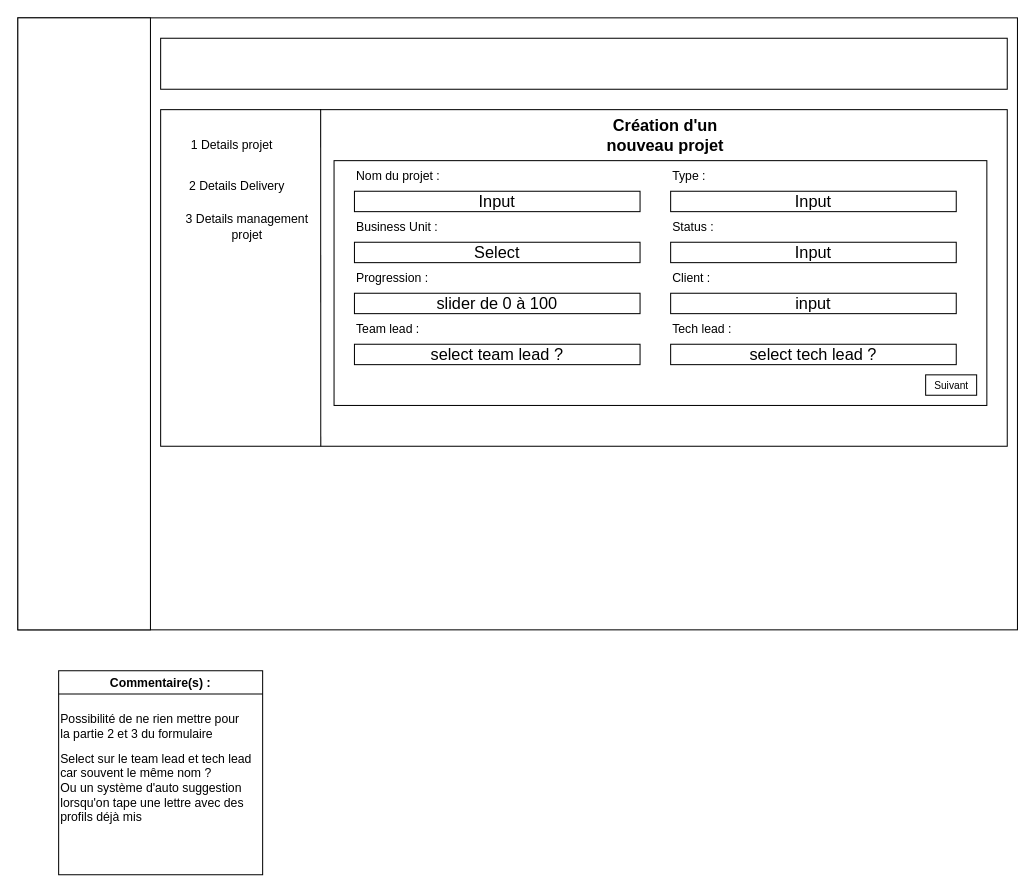
Xurama/Test keeps this draw.io diagram as page "Ajout projet form" (1 of 11) of Untitled Diagram.drawio. Above is the earlier version. Source tidied: cells renumbered, new cells numbered last; positions are measured from the earlier drawing's top-left corner, leaving out a move shared by most shapes. Both pictures are drawn from the tidied source at 102%, with x=0, y=0 at pixel (17, 17).
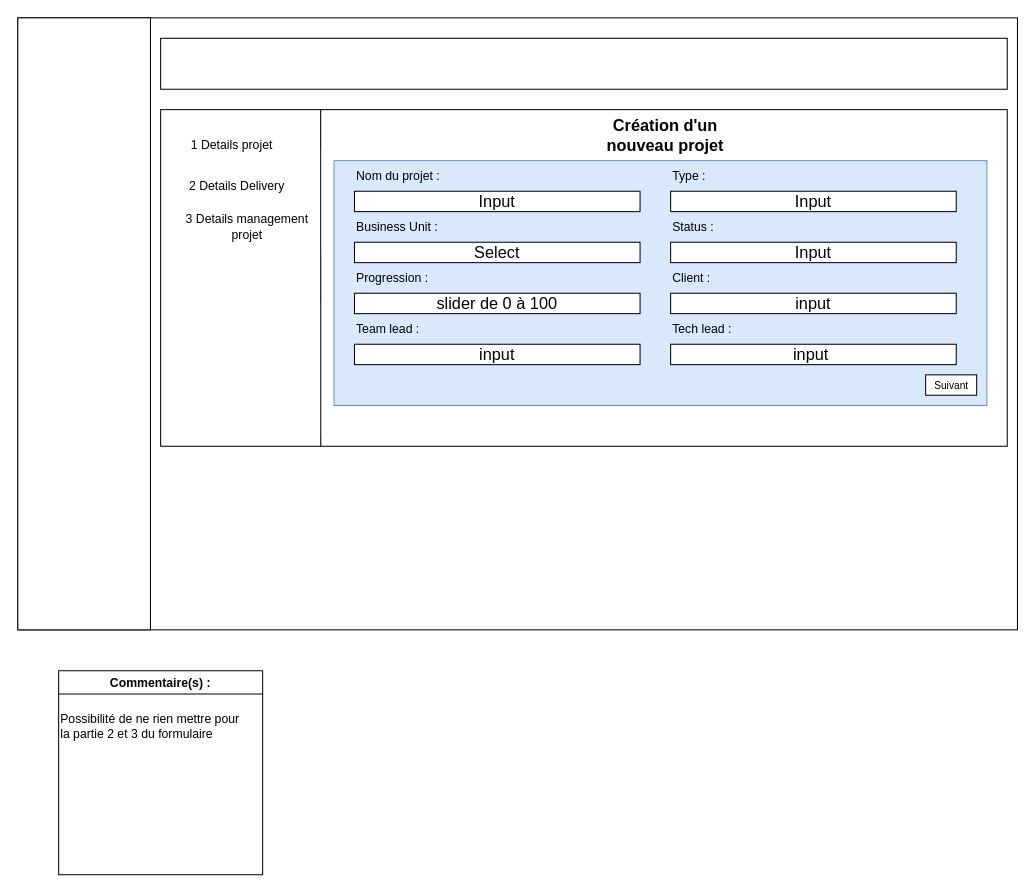
After the change.

The change refers to these unchanged cells:
```xml
<mxCell id="25" value="Commentaire(s) :" style="swimlane;fontSize=12;" parent="1" vertex="1">
  <mxGeometry x="40" y="640" width="200" height="200" as="geometry" />
</mxCell>
```

Diff of the diagram source:
```diff
@@
-    <mxCell id="11" style="rounded=0;whiteSpace=wrap;html=1;fontSize=16;" parent="1" vertex="1">
+    <mxCell id="11" style="rounded=0;whiteSpace=wrap;html=1;fontSize=16;fillColor=#dae8fc;strokeColor=#6c8ebf;" parent="1" vertex="1">
       <mxGeometry x="310" y="140" width="640" height="240" as="geometry" />
     </mxCell>
@@
-    <mxCell id="17" value="select tech lead ?" style="rounded=0;whiteSpace=wrap;html=1;fontSize=16;" parent="1" vertex="1">
+    <mxCell id="17" value="input&amp;nbsp;" style="rounded=0;whiteSpace=wrap;html=1;fontSize=16;" parent="1" vertex="1">
       <mxGeometry x="640" y="320" width="280" height="20" as="geometry" />
     </mxCell>
-    <mxCell id="18" value="select team lead ?" style="rounded=0;whiteSpace=wrap;html=1;fontSize=16;" parent="1" vertex="1">
+    <mxCell id="18" value="input" style="rounded=0;whiteSpace=wrap;html=1;fontSize=16;" parent="1" vertex="1">
       <mxGeometry x="330" y="320" width="280" height="20" as="geometry" />
     </mxCell>
@@
-    <mxCell id="27" value="Select sur le team lead et tech lead car souvent le même nom ?&amp;nbsp;&lt;br&gt;Ou un système d'auto suggestion lorsqu'on tape une lettre avec des profils déjà mis" style="text;html=1;strokeColor=none;fillColor=none;align=left;verticalAlign=middle;whiteSpace=wrap;rounded=0;fontSize=12;" parent="25" vertex="1">
-      <mxGeometry y="100" width="200" height="30" as="geometry" />
-    </mxCell>
```
